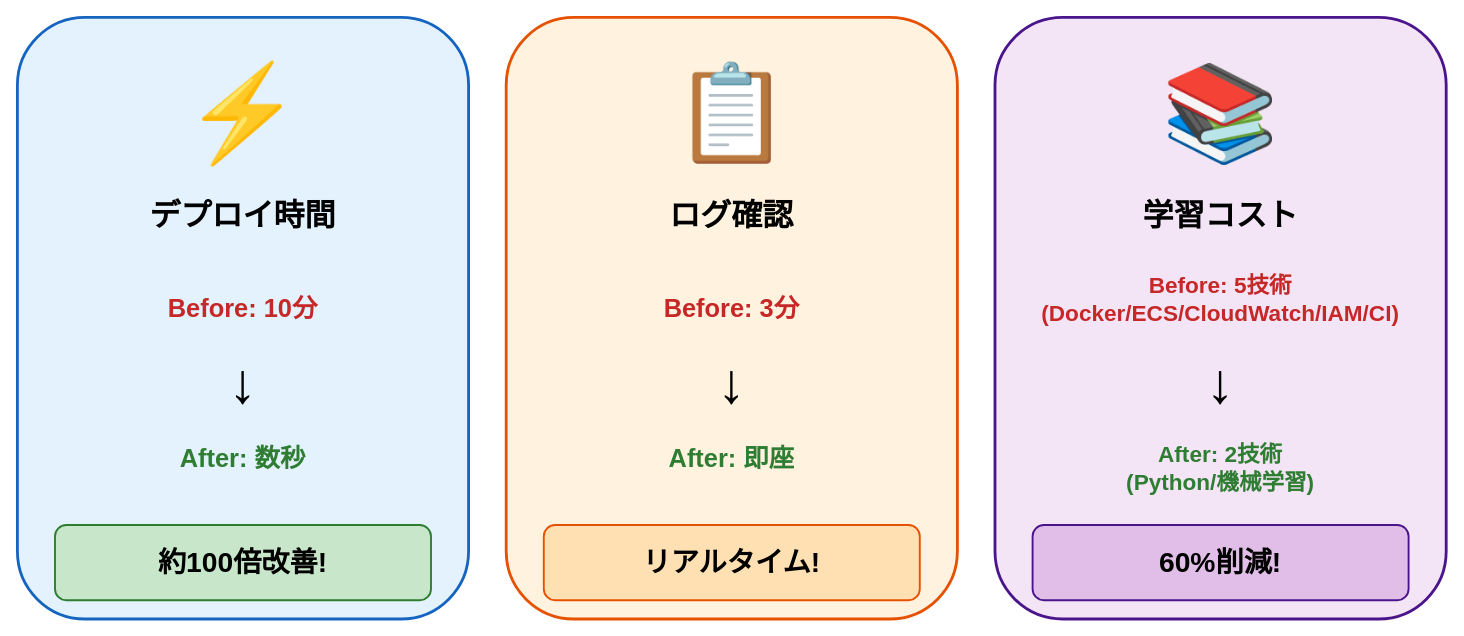
i9wa4/i9wa4.github.io keeps this draw.io diagram as assets/2025-11-07-tamesare-data-sapporo/quantitative-improvement.drawio. Above is the earlier version. Source tidied: cells renumbered, new cells numbered last; positions are measured from the earlier drawing's top-left corner, leaving out a move shared by most shapes. Both pictures are drawn from the tidied source at 94%, with x=0, y=0 at pixel (17, 17).
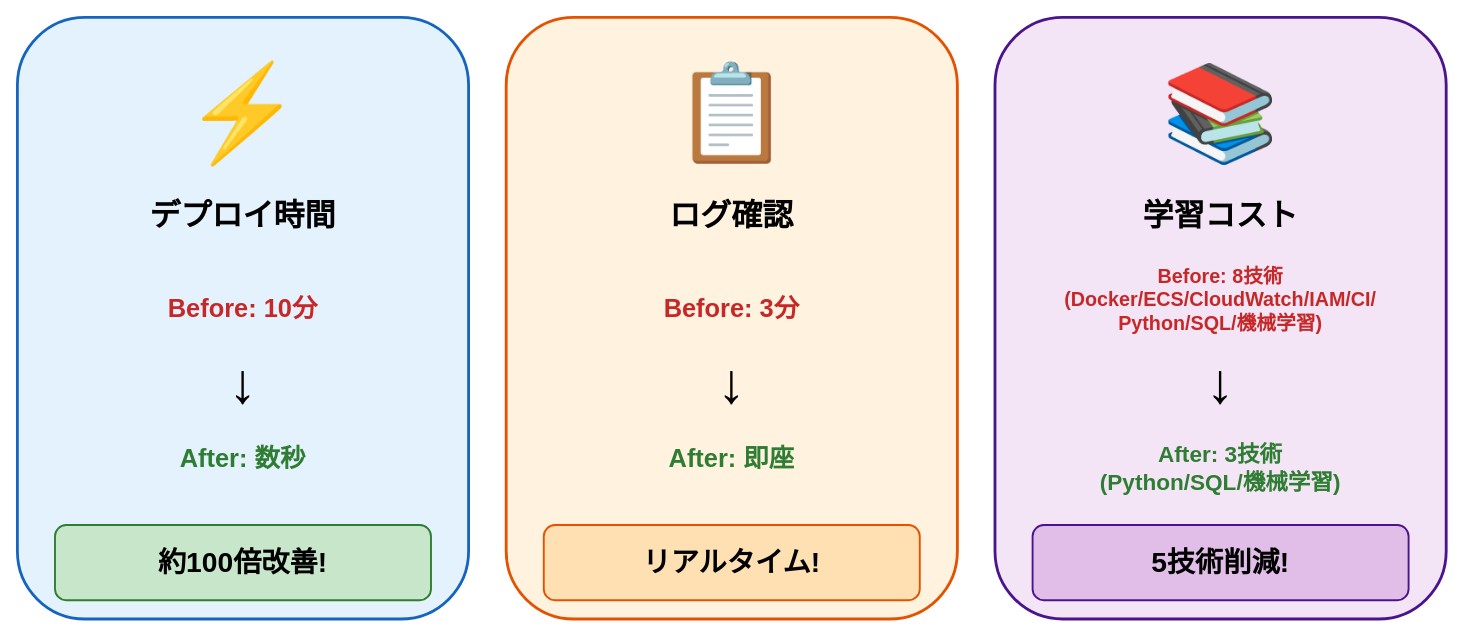
The same diagram, later.

The edit, as a diff of the source:
```diff
@@
-    <mxCell id="19" value="Before: 5技術&lt;br&gt;(Docker/ECS/CloudWatch/IAM/CI)" style="text;html=1;strokeColor=none;fillColor=none;align=center;verticalAlign=middle;whiteSpace=wrap;rounded=0;fontSize=24;fontColor=#c62828;fontStyle=1;" parent="1" vertex="1">
-      <mxGeometry x="1080" y="260" width="400" height="80" as="geometry" />
+    <mxCell id="19" value="Before: 8技術&lt;br&gt;(Docker/ECS/CloudWatch/IAM/CI/&lt;br&gt;Python/SQL/機械学習)" style="text;html=1;strokeColor=none;fillColor=none;align=center;verticalAlign=middle;whiteSpace=wrap;rounded=0;fontSize=21;fontColor=#c62828;fontStyle=1;" parent="1" vertex="1">
+      <mxGeometry x="1080" y="250" width="400" height="100" as="geometry" />
     </mxCell>
@@
-    <mxCell id="21" value="After: 2技術&lt;br&gt;(Python/機械学習)" style="text;html=1;strokeColor=none;fillColor=none;align=center;verticalAlign=middle;whiteSpace=wrap;rounded=0;fontSize=24;fontColor=#2e7d32;fontStyle=1;" parent="1" vertex="1">
+    <mxCell id="21" value="After: 3技術&lt;br&gt;(Python/SQL/機械学習)" style="text;html=1;strokeColor=none;fillColor=none;align=center;verticalAlign=middle;whiteSpace=wrap;rounded=0;fontSize=24;fontColor=#2e7d32;fontStyle=1;" parent="1" vertex="1">
       <mxGeometry x="1080" y="440" width="400" height="80" as="geometry" />
     </mxCell>
-    <mxCell id="22" value="60%削減!" style="rounded=1;whiteSpace=wrap;html=1;fillColor=#e1bee7;strokeColor=#4a148c;fontSize=30;fontStyle=1;strokeWidth=2;" parent="1" vertex="1">
+    <mxCell id="22" value="5技術削減!" style="rounded=1;whiteSpace=wrap;html=1;fillColor=#e1bee7;strokeColor=#4a148c;fontSize=30;fontStyle=1;strokeWidth=2;" parent="1" vertex="1">
       <mxGeometry x="1080" y="540" width="400" height="80" as="geometry" />
     </mxCell>
```
